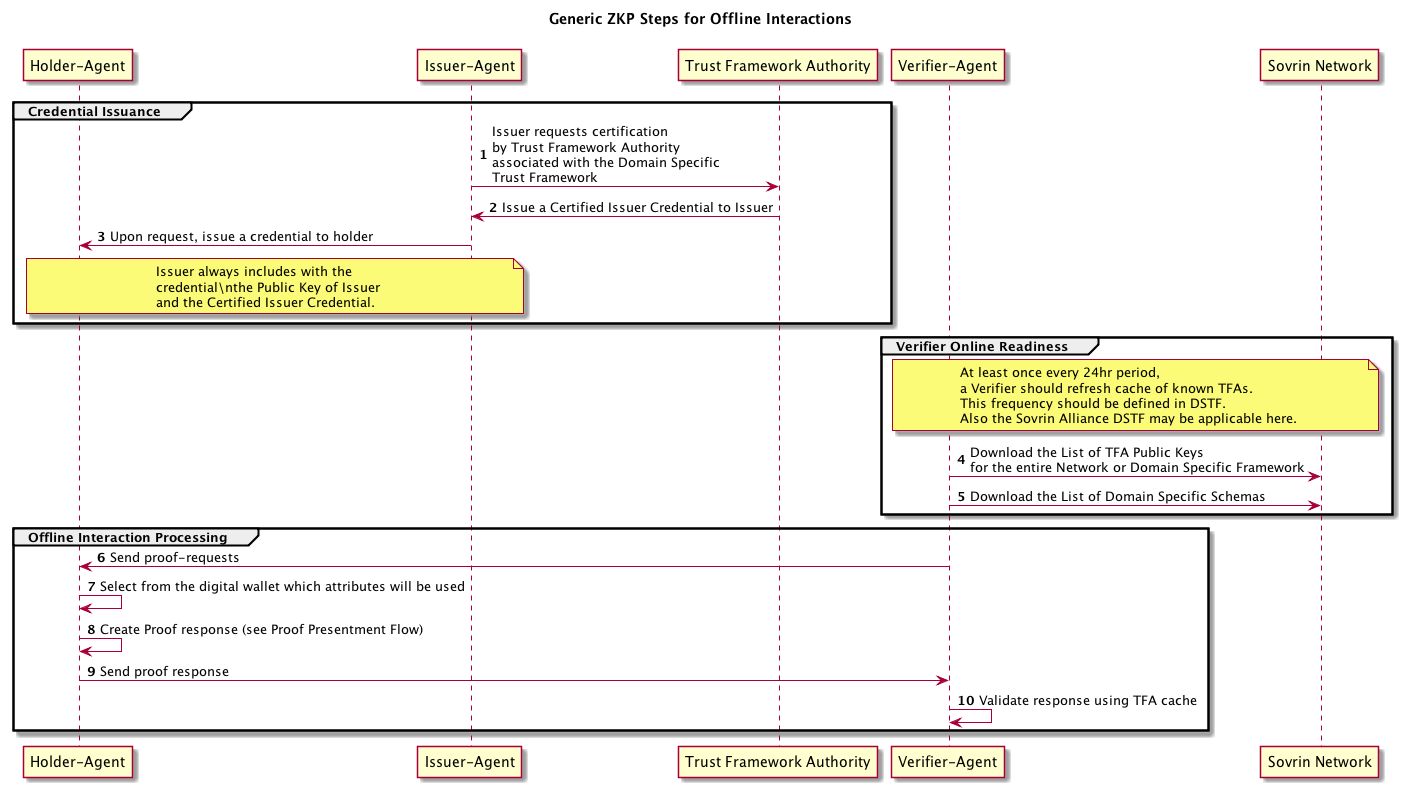
Earlier version of the PlantUML export diagrams/images/zkp-steps.png (vinomaster/offline-vcreds). Its source is kept beside it as diagrams/src/zkp-steps.puml.
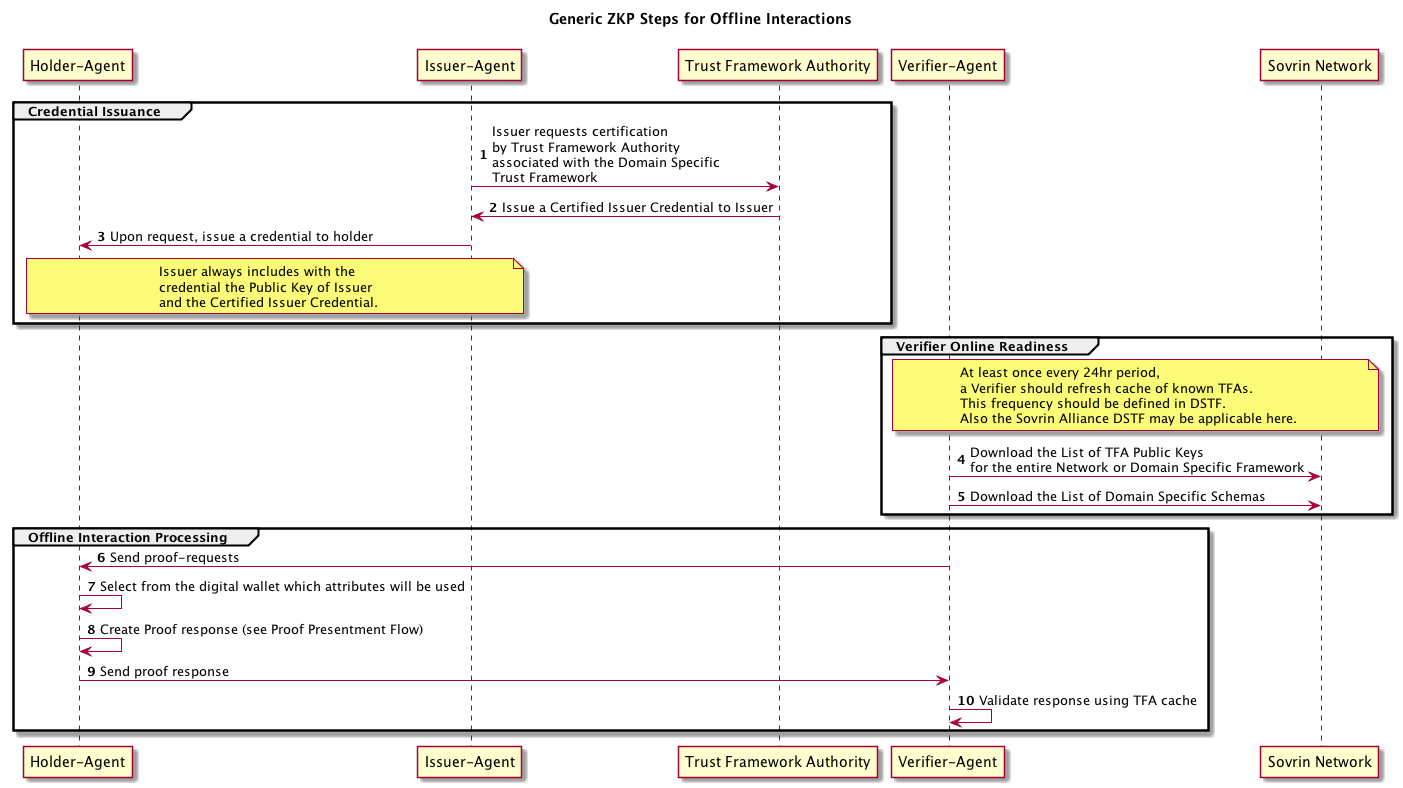
After the commit.

Commit message:
repair seq-diagram

What changed in the source:
```diff
@@ -17,7 +17,7 @@
 IA->HA: Upon request, issue a credential to holder
 note over HA, IA
   Issuer always includes with the
-  credential\nthe Public Key of Issuer
+  credential the Public Key of Issuer
   and the Certified Issuer Credential.
 end note
 end
```
